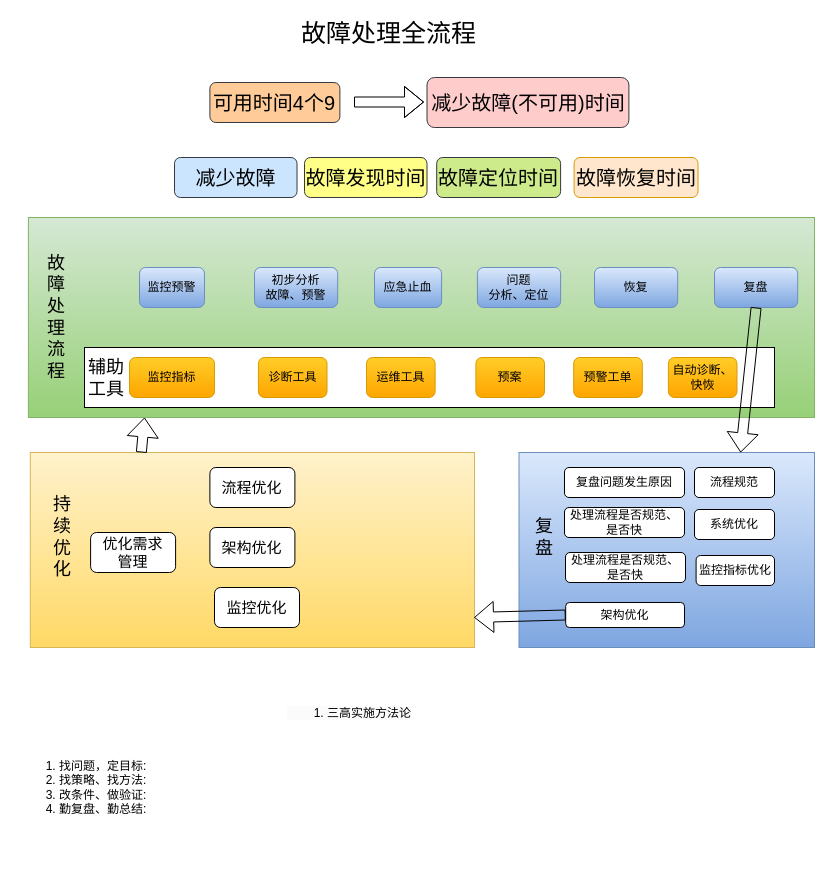
This is doc/back-end-technology/故障管理.drawio from ChangRuihe/methodology-of-coder, a draw.io file, before an edit. Source tidied: cells renumbered, new cells numbered last; positions are measured from the earlier drawing's top-left corner, leaving out a move shared by most shapes. Both pictures are drawn from the tidied source at 100%, with x=0, y=0 at pixel (17, 17).
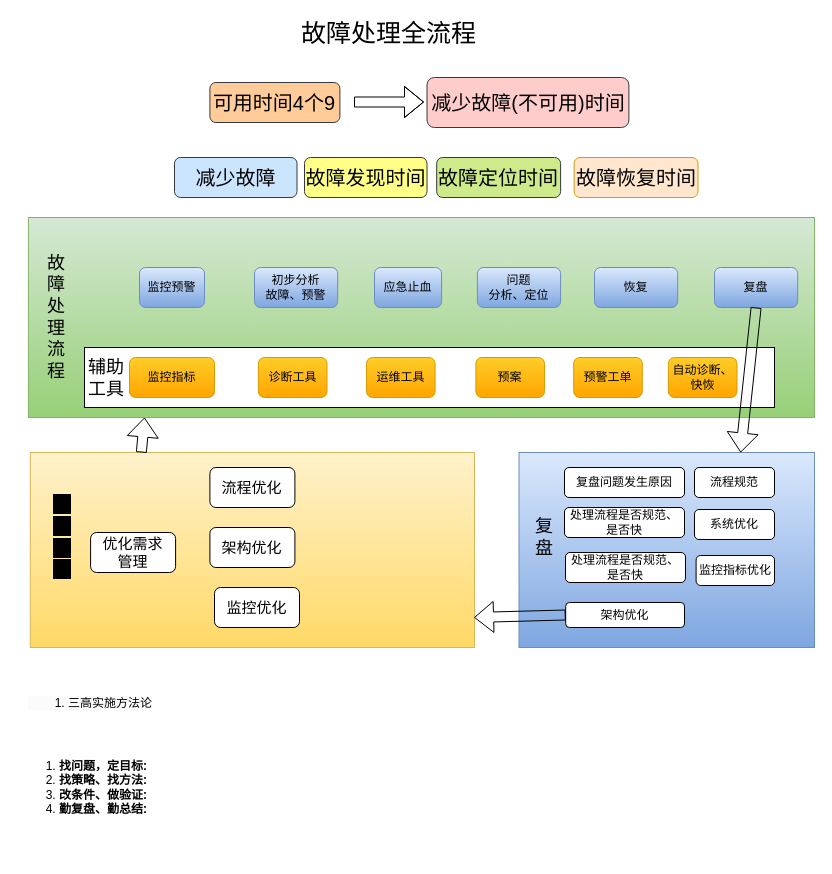
The same diagram, later.

Diff of the diagram source:
```diff
@@
-<mxGraphModel>
+<mxGraphModel background="#FFFFFF">
@@
-    <mxCell id="16" value="持&lt;br&gt;续&lt;br&gt;优&lt;br&gt;化" style="text;html=1;strokeColor=none;fillColor=none;align=center;verticalAlign=middle;whiteSpace=wrap;rounded=0;fontSize=18;" parent="1" vertex="1">
+    <mxCell id="16" value="&lt;span style=&quot;background-color: rgb(0 , 0 , 0)&quot;&gt;持&lt;br&gt;续&lt;br&gt;优&lt;br&gt;化&lt;/span&gt;" style="text;html=1;strokeColor=none;fillColor=none;align=center;verticalAlign=middle;whiteSpace=wrap;rounded=0;fontSize=18;" parent="1" vertex="1">
       <mxGeometry x="17" y="450" width="56.1" height="140" as="geometry" />
     </mxCell>
@@
-    <mxCell id="43" value="&lt;ol&gt;&lt;li&gt;&lt;span style=&quot;background-color: initial;&quot;&gt;找问题，定目标:&lt;/span&gt;&lt;br&gt;&lt;/li&gt;&lt;li&gt;找策略、找方法:&lt;/li&gt;&lt;li&gt;改条件、做验证:&lt;/li&gt;&lt;li&gt;勤复盘、勤总结:&lt;/li&gt;&lt;/ol&gt;" style="text;strokeColor=none;fillColor=none;html=1;whiteSpace=wrap;verticalAlign=middle;overflow=hidden;" parent="1" vertex="1">
+    <mxCell id="43" value="&lt;ol&gt;&lt;li&gt;&lt;b&gt;&lt;font color=&quot;#000000&quot;&gt;&lt;span&gt;找问题，定目标:&lt;/span&gt;&lt;br&gt;&lt;/font&gt;&lt;/b&gt;&lt;/li&gt;&lt;li&gt;&lt;b&gt;&lt;font color=&quot;#000000&quot;&gt;找策略、找方法:&lt;/font&gt;&lt;/b&gt;&lt;/li&gt;&lt;li&gt;&lt;b&gt;&lt;font color=&quot;#000000&quot;&gt;改条件、做验证:&lt;/font&gt;&lt;/b&gt;&lt;/li&gt;&lt;li&gt;&lt;b&gt;&lt;font color=&quot;#000000&quot;&gt;勤复盘、勤总结:&lt;/font&gt;&lt;/b&gt;&lt;/li&gt;&lt;/ol&gt;" style="text;strokeColor=none;fillColor=none;html=1;whiteSpace=wrap;verticalAlign=middle;overflow=hidden;" parent="1" vertex="1">
       <mxGeometry x="-0.1" y="700" width="241" height="140" as="geometry" />
     </mxCell>
     <mxCell id="44" value="&lt;ol style=&quot;border-color: var(--border-color); color: rgb(0, 0, 0); font-family: Helvetica; font-size: 12px; font-style: normal; font-variant-ligatures: normal; font-variant-caps: normal; font-weight: 400; letter-spacing: normal; orphans: 2; text-align: left; text-indent: 0px; text-transform: none; widows: 2; word-spacing: 0px; -webkit-text-stroke-width: 0px; background-color: rgb(251, 251, 251); text-decoration-thickness: initial; text-decoration-style: initial; text-decoration-color: initial;&quot;&gt;&lt;li style=&quot;border-color: var(--border-color);&quot;&gt;三高实施方法论&lt;/li&gt;&lt;/ol&gt;" style="text;whiteSpace=wrap;html=1;" parent="1" vertex="1">
-      <mxGeometry x="268.2" y="670" width="160" height="60" as="geometry" />
+      <mxGeometry x="9" y="660" width="160" height="60" as="geometry" />
     </mxCell>
```
